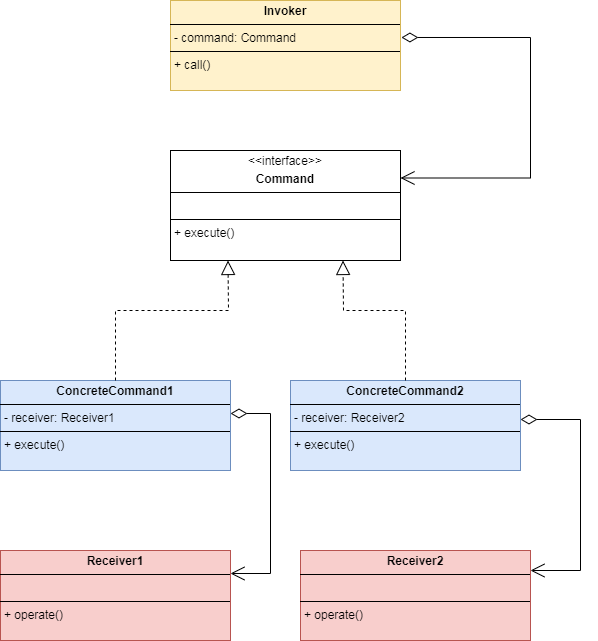
This is assets/pictures/design-patterns/Pattern-Command.drawio.png from sustamp/sustamp.github.io, a draw.io export, as it was before one commit. Source tidied: cells renumbered, new cells last; positions are measured from the earlier drawing's top-left corner, leaving out a move shared by most shapes. Its diagram source:
```xml
<mxGraphModel background="#FFFFFF">
  <root>
    <mxCell id="0" />
    <mxCell id="1" parent="0" />
    <mxCell id="2" value="&lt;p style=&quot;margin:0px;margin-top:4px;text-align:center;&quot;&gt;&amp;lt;&amp;lt;interface&amp;gt;&amp;gt;&lt;/p&gt;&lt;p style=&quot;margin:0px;margin-top:4px;text-align:center;&quot;&gt;&lt;b&gt;Command&lt;/b&gt;&lt;/p&gt;&lt;hr size=&quot;1&quot; style=&quot;border-style:solid;&quot;&gt;&lt;p style=&quot;margin:0px;margin-left:4px;&quot;&gt;&lt;br&gt;&lt;/p&gt;&lt;hr size=&quot;1&quot; style=&quot;border-style:solid;&quot;&gt;&lt;p style=&quot;margin:0px;margin-left:4px;&quot;&gt;+ execute()&lt;/p&gt;" style="verticalAlign=top;align=left;overflow=fill;html=1;whiteSpace=wrap;" parent="1" vertex="1">
      <mxGeometry x="170" y="150" width="230" height="110" as="geometry" />
    </mxCell>
    <mxCell id="3" value="&lt;p style=&quot;margin:0px;margin-top:4px;text-align:center;&quot;&gt;&lt;b&gt;Invoker&lt;/b&gt;&lt;/p&gt;&lt;hr size=&quot;1&quot; style=&quot;border-style:solid;&quot;&gt;&lt;p style=&quot;margin:0px;margin-left:4px;&quot;&gt;- command: Command&lt;/p&gt;&lt;hr size=&quot;1&quot; style=&quot;border-style:solid;&quot;&gt;&lt;p style=&quot;margin:0px;margin-left:4px;&quot;&gt;+ call()&lt;/p&gt;" style="verticalAlign=top;align=left;overflow=fill;html=1;whiteSpace=wrap;fillColor=#fff2cc;strokeColor=#d6b656;" parent="1" vertex="1">
      <mxGeometry x="170" width="230" height="90" as="geometry" />
    </mxCell>
    <mxCell id="4" style="endArrow=open;html=1;endSize=12;startArrow=diamondThin;startSize=14;startFill=0;edgeStyle=orthogonalEdgeStyle;align=left;verticalAlign=bottom;rounded=0;exitX=1.004;exitY=0.411;exitDx=0;exitDy=0;exitPerimeter=0;entryX=1;entryY=0.25;entryDx=0;entryDy=0;" parent="1" edge="1" source="3" target="2">
      <mxGeometry x="-1" y="3" relative="1" as="geometry">
        <Array as="points">
          <mxPoint x="530" y="37" />
          <mxPoint x="530" y="178" />
        </Array>
      </mxGeometry>
    </mxCell>
    <mxCell id="5" value="&lt;p style=&quot;margin:0px;margin-top:4px;text-align:center;&quot;&gt;&lt;b style=&quot;background-color: initial;&quot;&gt;ConcreteCommand1&lt;/b&gt;&lt;br&gt;&lt;/p&gt;&lt;hr size=&quot;1&quot; style=&quot;border-style:solid;&quot;&gt;&lt;p style=&quot;margin:0px;margin-left:4px;&quot;&gt;- receiver: Receiver1&lt;/p&gt;&lt;hr size=&quot;1&quot; style=&quot;border-style:solid;&quot;&gt;&lt;p style=&quot;margin:0px;margin-left:4px;&quot;&gt;+ execute()&lt;/p&gt;" style="verticalAlign=top;align=left;overflow=fill;html=1;whiteSpace=wrap;fillColor=#dae8fc;strokeColor=#6c8ebf;" parent="1" vertex="1">
      <mxGeometry y="380" width="230" height="90" as="geometry" />
    </mxCell>
    <mxCell id="6" value="&lt;p style=&quot;margin:0px;margin-top:4px;text-align:center;&quot;&gt;&lt;b style=&quot;background-color: initial;&quot;&gt;ConcreteCommand2&lt;/b&gt;&lt;br&gt;&lt;/p&gt;&lt;hr size=&quot;1&quot; style=&quot;border-style:solid;&quot;&gt;&lt;p style=&quot;margin:0px;margin-left:4px;&quot;&gt;- receiver: Receiver2&lt;br&gt;&lt;/p&gt;&lt;hr size=&quot;1&quot; style=&quot;border-style:solid;&quot;&gt;&lt;p style=&quot;margin:0px;margin-left:4px;&quot;&gt;+ execute()&lt;/p&gt;" style="verticalAlign=top;align=left;overflow=fill;html=1;whiteSpace=wrap;fillColor=#dae8fc;strokeColor=#6c8ebf;" parent="1" vertex="1">
      <mxGeometry x="290" y="380" width="230" height="90" as="geometry" />
    </mxCell>
    <mxCell id="7" style="endArrow=block;dashed=1;endFill=0;endSize=12;html=1;rounded=0;entryX=0.25;entryY=1;entryDx=0;entryDy=0;exitX=0.5;exitY=0;exitDx=0;exitDy=0;" parent="1" edge="1" source="5" target="2">
      <mxGeometry relative="1" as="geometry">
        <Array as="points">
          <mxPoint x="115" y="310" />
          <mxPoint x="228" y="310" />
        </Array>
      </mxGeometry>
    </mxCell>
    <mxCell id="8" style="endArrow=block;dashed=1;endFill=0;endSize=12;html=1;rounded=0;entryX=0.75;entryY=1;entryDx=0;entryDy=0;exitX=0.5;exitY=0;exitDx=0;exitDy=0;" parent="1" edge="1" source="6" target="2">
      <mxGeometry relative="1" as="geometry">
        <Array as="points">
          <mxPoint x="405" y="310" />
          <mxPoint x="343" y="310" />
        </Array>
      </mxGeometry>
    </mxCell>
    <mxCell id="9" value="&lt;p style=&quot;margin:0px;margin-top:4px;text-align:center;&quot;&gt;&lt;b&gt;Receiver1&lt;/b&gt;&lt;/p&gt;&lt;hr size=&quot;1&quot; style=&quot;border-style:solid;&quot;&gt;&lt;p style=&quot;margin:0px;margin-left:4px;&quot;&gt;&lt;br&gt;&lt;/p&gt;&lt;hr size=&quot;1&quot; style=&quot;border-style:solid;&quot;&gt;&lt;p style=&quot;margin:0px;margin-left:4px;&quot;&gt;+ operate()&lt;/p&gt;" style="verticalAlign=top;align=left;overflow=fill;html=1;whiteSpace=wrap;fillColor=#f8cecc;strokeColor=#b85450;" parent="1" vertex="1">
      <mxGeometry y="550" width="230" height="90" as="geometry" />
    </mxCell>
    <mxCell id="10" value="&lt;p style=&quot;margin:0px;margin-top:4px;text-align:center;&quot;&gt;&lt;b&gt;Receiver2&lt;/b&gt;&lt;/p&gt;&lt;hr size=&quot;1&quot; style=&quot;border-style:solid;&quot;&gt;&lt;p style=&quot;margin:0px;margin-left:4px;&quot;&gt;&lt;br&gt;&lt;/p&gt;&lt;hr size=&quot;1&quot; style=&quot;border-style:solid;&quot;&gt;&lt;p style=&quot;margin:0px;margin-left:4px;&quot;&gt;+ operate()&lt;br&gt;&lt;/p&gt;" style="verticalAlign=top;align=left;overflow=fill;html=1;whiteSpace=wrap;fillColor=#f8cecc;strokeColor=#b85450;" parent="1" vertex="1">
      <mxGeometry x="300" y="550" width="230" height="90" as="geometry" />
    </mxCell>
    <mxCell id="11" style="endArrow=open;html=1;endSize=12;startArrow=diamondThin;startSize=14;startFill=0;edgeStyle=orthogonalEdgeStyle;align=left;verticalAlign=bottom;rounded=0;" parent="1" edge="1" source="5" target="9">
      <mxGeometry x="-1" y="3" relative="1" as="geometry">
        <Array as="points">
          <mxPoint x="270" y="413" />
          <mxPoint x="270" y="573" />
        </Array>
      </mxGeometry>
    </mxCell>
    <mxCell id="12" style="endArrow=open;html=1;endSize=12;startArrow=diamondThin;startSize=14;startFill=0;edgeStyle=orthogonalEdgeStyle;align=left;verticalAlign=bottom;rounded=0;" parent="1" edge="1" source="6" target="10">
      <mxGeometry x="-1" y="3" relative="1" as="geometry">
        <Array as="points">
          <mxPoint x="580" y="419" />
          <mxPoint x="580" y="570" />
        </Array>
      </mxGeometry>
    </mxCell>
  </root>
</mxGraphModel>
```
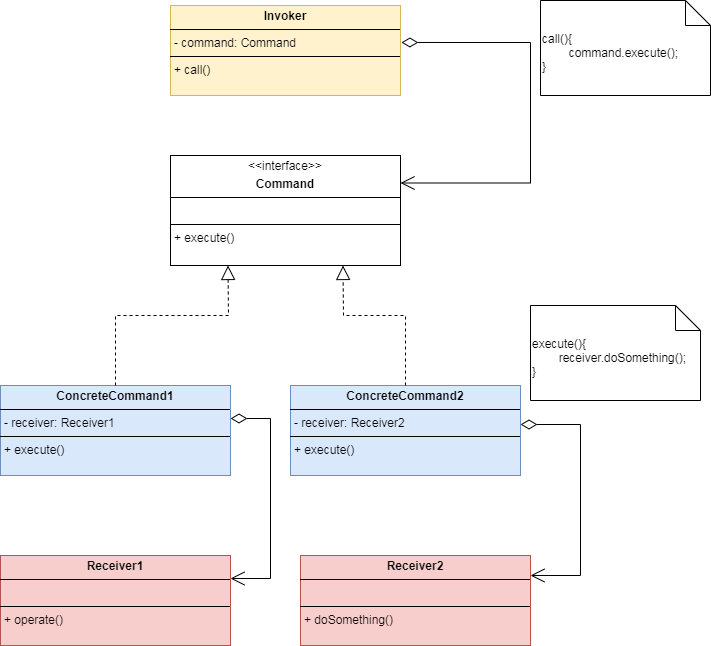
The same diagram one commit later.

Commit message:
设计模式-命令模式

Change to the diagram source:
```diff
@@ -41,7 +41,7 @@
     <mxCell id="9" value="&lt;p style=&quot;margin:0px;margin-top:4px;text-align:center;&quot;&gt;&lt;b&gt;Receiver1&lt;/b&gt;&lt;/p&gt;&lt;hr size=&quot;1&quot; style=&quot;border-style:solid;&quot;&gt;&lt;p style=&quot;margin:0px;margin-left:4px;&quot;&gt;&lt;br&gt;&lt;/p&gt;&lt;hr size=&quot;1&quot; style=&quot;border-style:solid;&quot;&gt;&lt;p style=&quot;margin:0px;margin-left:4px;&quot;&gt;+ operate()&lt;/p&gt;" style="verticalAlign=top;align=left;overflow=fill;html=1;whiteSpace=wrap;fillColor=#f8cecc;strokeColor=#b85450;" parent="1" vertex="1">
       <mxGeometry y="550" width="230" height="90" as="geometry" />
     </mxCell>
-    <mxCell id="10" value="&lt;p style=&quot;margin:0px;margin-top:4px;text-align:center;&quot;&gt;&lt;b&gt;Receiver2&lt;/b&gt;&lt;/p&gt;&lt;hr size=&quot;1&quot; style=&quot;border-style:solid;&quot;&gt;&lt;p style=&quot;margin:0px;margin-left:4px;&quot;&gt;&lt;br&gt;&lt;/p&gt;&lt;hr size=&quot;1&quot; style=&quot;border-style:solid;&quot;&gt;&lt;p style=&quot;margin:0px;margin-left:4px;&quot;&gt;+ operate()&lt;br&gt;&lt;/p&gt;" style="verticalAlign=top;align=left;overflow=fill;html=1;whiteSpace=wrap;fillColor=#f8cecc;strokeColor=#b85450;" parent="1" vertex="1">
+    <mxCell id="10" value="&lt;p style=&quot;margin:0px;margin-top:4px;text-align:center;&quot;&gt;&lt;b&gt;Receiver2&lt;/b&gt;&lt;/p&gt;&lt;hr size=&quot;1&quot; style=&quot;border-style:solid;&quot;&gt;&lt;p style=&quot;margin:0px;margin-left:4px;&quot;&gt;&lt;br&gt;&lt;/p&gt;&lt;hr size=&quot;1&quot; style=&quot;border-style:solid;&quot;&gt;&lt;p style=&quot;margin:0px;margin-left:4px;&quot;&gt;+ doSomething()&lt;br&gt;&lt;/p&gt;" style="verticalAlign=top;align=left;overflow=fill;html=1;whiteSpace=wrap;fillColor=#f8cecc;strokeColor=#b85450;" parent="1" vertex="1">
       <mxGeometry x="300" y="550" width="230" height="90" as="geometry" />
     </mxCell>
     <mxCell id="11" style="endArrow=open;html=1;endSize=12;startArrow=diamondThin;startSize=14;startFill=0;edgeStyle=orthogonalEdgeStyle;align=left;verticalAlign=bottom;rounded=0;" parent="1" edge="1" source="5" target="9">
@@ -60,5 +60,11 @@
         </Array>
       </mxGeometry>
     </mxCell>
+    <mxCell id="13" value="call(){&lt;div&gt;&lt;span style=&quot;white-space: pre;&quot;&gt;&#9;&lt;/span&gt;command.execute();&lt;br&gt;&lt;div&gt;}&lt;/div&gt;&lt;/div&gt;" style="shape=note2;boundedLbl=1;whiteSpace=wrap;html=1;size=25;verticalAlign=top;align=left;" parent="1" vertex="1">
+      <mxGeometry x="540" y="-5" width="170" height="95" as="geometry" />
+    </mxCell>
+    <mxCell id="14" value="execute(){&lt;div&gt;&lt;span style=&quot;white-space: pre;&quot;&gt;&#9;&lt;/span&gt;receiver.doSomething();&lt;br&gt;&lt;div&gt;}&lt;/div&gt;&lt;/div&gt;" style="shape=note2;boundedLbl=1;whiteSpace=wrap;html=1;size=25;verticalAlign=top;align=left;" parent="1" vertex="1">
+      <mxGeometry x="530" y="300" width="170" height="95" as="geometry" />
+    </mxCell>
   </root>
 </mxGraphModel>
```
